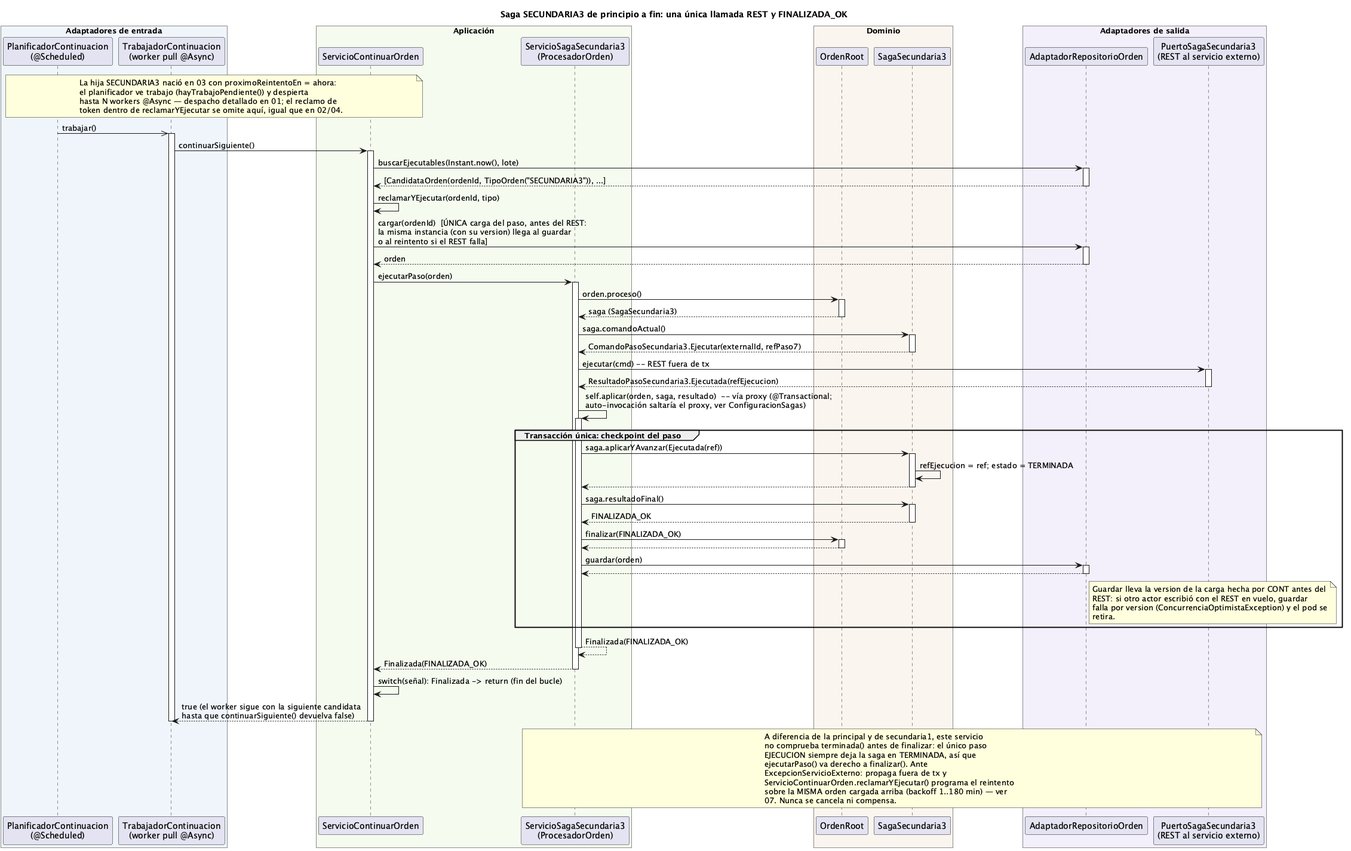
The PlantUML diagram order-manager/docs/06-saga-secundaria3.png in ralcazar/patrones, before a commit.
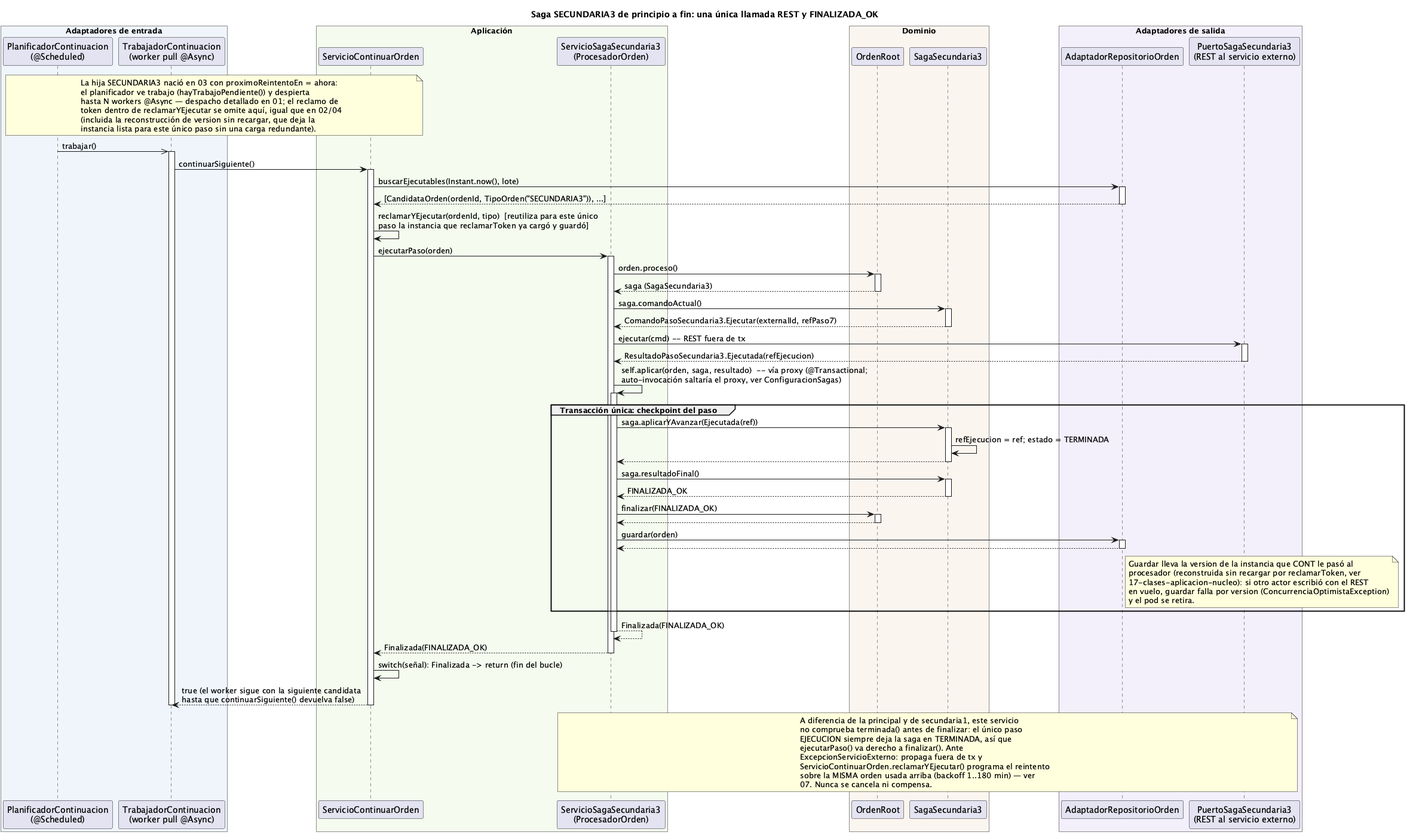
Later version of the same file.

Change to the diagram source:
```diff
@@ -22,7 +22,9 @@
   La hija SECUNDARIA3 nació en 03 con proximoReintentoEn = ahora:
   el planificador ve trabajo (hayTrabajoPendiente()) y despierta
   hasta N workers @Async — despacho detallado en 01; el reclamo de
-  token dentro de reclamarYEjecutar se omite aquí, igual que en 02/04.
+  token dentro de reclamarYEjecutar se omite aquí, igual que en 02/04
+  (incluida la reconstrucción de version sin recargar, que deja la
+  instancia lista para este único paso sin una carga redundante).
 end note
 
 PLAN ->> TRAB : trabajar()
@@ -30,9 +32,7 @@
 TRAB -> CONT ++ : continuarSiguiente()
 CONT -> REPO ++ : buscarEjecutables(Instant.now(), lote)
 return [CandidataOrden(ordenId, TipoOrden("SECUNDARIA3")), ...]
-CONT -> CONT : reclamarYEjecutar(ordenId, tipo)
-CONT -> REPO ++ : cargar(ordenId)  [ÚNICA carga del paso, antes del REST:\nla misma instancia (con su version) llega al guardar\no al reintento si el REST falla]
-return orden
+CONT -> CONT : reclamarYEjecutar(ordenId, tipo)  [reutiliza para este único\npaso la instancia que reclamarToken ya cargó y guardó]
 CONT -> ORQ ++ : ejecutarPaso(orden)
 ORQ -> ORDEN ++ : orden.proceso()
 return saga (SagaSecundaria3)
@@ -52,10 +52,11 @@
   ORQ -> REPO ++ : guardar(orden)
   return
   note right of REPO
-    Guardar lleva la version de la carga hecha por CONT antes del
-    REST: si otro actor escribió con el REST en vuelo, guardar
-    falla por version (ConcurrenciaOptimistaException) y el pod se
-    retira.
+    Guardar lleva la version de la instancia que CONT le pasó al
+    procesador (reconstruida sin recargar por reclamarToken, ver
+    17-clases-aplicacion-nucleo): si otro actor escribió con el REST
+    en vuelo, guardar falla por version (ConcurrenciaOptimistaException)
+    y el pod se retira.
   end note
 end
 return Finalizada(FINALIZADA_OK)
@@ -71,7 +72,7 @@
   ejecutarPaso() va derecho a finalizar(). Ante
   ExcepcionServicioExterno: propaga fuera de tx y
   ServicioContinuarOrden.reclamarYEjecutar() programa el reintento
-  sobre la MISMA orden cargada arriba (backoff 1..180 min) — ver
+  sobre la MISMA orden usada arriba (backoff 1..180 min) — ver
   07. Nunca se cancela ni compensa.
 end note
 @enduml
```
